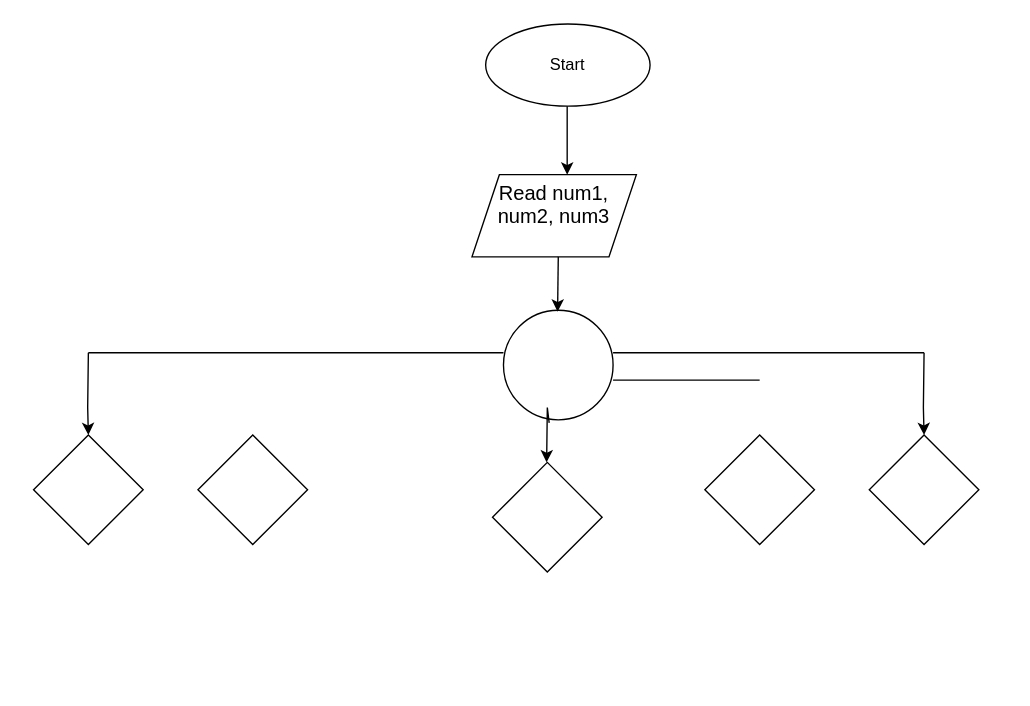
Earlier version of the draw.io diagram Untitled Diagram.drawio (KoolC2/alx-onboarding). Source tidied: cells renumbered, new cells numbered last; positions are measured from the earlier drawing's top-left corner, leaving out a move shared by most shapes. Both pictures are drawn from the tidied source at 137%, with x=0, y=0 at pixel (33, 23).
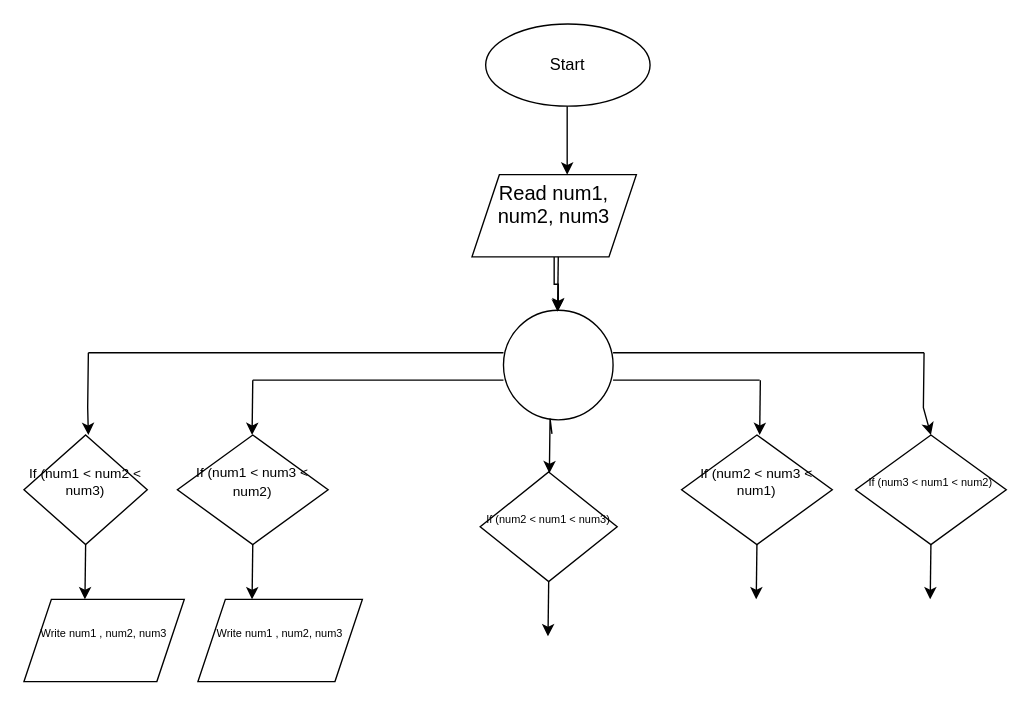
After the change.

Unchanged cells that the change refers to:
```xml
<mxCell id="4" style="ellipse;whiteSpace=wrap;html=1;" parent="1" vertex="1">
  <mxGeometry x="343" y="209" width="80" height="80" as="geometry" />
</mxCell>
<mxCell id="5" value="&#10;&lt;span style=&quot;font-size: 11pt; font-family: &amp;quot;arial&amp;quot;; color: rgb(0, 0, 0); background-color: transparent; font-weight: 400; font-style: normal; font-variant: normal; text-decoration: none; vertical-align: baseline;&quot; id=&quot;docs-internal-guid-d946a9c5-7fff-c26a-9376-d725d97a3d21&quot;&gt;Read num1, num2, num3&lt;/span&gt;&#10;&#10;" style="shape=parallelogram;perimeter=parallelogramPerimeter;whiteSpace=wrap;html=1;fixedSize=1;" parent="1" vertex="1">
  <mxGeometry x="320" y="110" width="120" height="60" as="geometry" />
</mxCell>
```

The edit, as a diff of the source:
```diff
@@
+    <mxCell id="18" style="edgeStyle=orthogonalEdgeStyle;rounded=0;jettySize=auto;html=1;fontSize=8;" parent="1" edge="1" source="5" target="4">
+      <mxGeometry relative="1" as="geometry" />
+    </mxCell>
@@
-    <mxCell id="7" style="rhombus;whiteSpace=wrap;html=1;" parent="1" vertex="1">
-      <mxGeometry y="300" width="80" height="80" as="geometry" />
+    <mxCell id="7" value="&#10;&lt;span style=&quot;font-size: 10px; font-family: &amp;quot;arial&amp;quot;; color: rgb(0, 0, 0); background-color: transparent; font-weight: 400; font-style: normal; font-variant: normal; text-decoration: none; vertical-align: baseline;&quot; id=&quot;docs-internal-guid-427ea8ff-7fff-f99e-330a-702887230bb6&quot;&gt;If (num1 &amp;lt; num2 &amp;lt; num3)&lt;/span&gt;&#10;&#10;" style="rhombus;whiteSpace=wrap;html=1;fontSize=10;align=center;labelPosition=center;verticalLabelPosition=middle;verticalAlign=middle;" parent="1" vertex="1">
+      <mxGeometry x="-7" y="300" width="90" height="80" as="geometry" />
     </mxCell>
-    <mxCell id="8" style="rhombus;whiteSpace=wrap;html=1;" parent="1" vertex="1">
-      <mxGeometry x="120" y="300" width="80" height="80" as="geometry" />
+    <mxCell id="8" value="&#10;&lt;p dir=&quot;ltr&quot; style=&quot;line-height: 1.38; margin-top: 0pt; margin-bottom: 0pt; font-size: 10px;&quot; id=&quot;docs-internal-guid-539513e3-7fff-56d0-1a80-1fb68d7d3877&quot;&gt;&lt;span style=&quot;font-size: 10px; font-family: &amp;quot;arial&amp;quot;; color: rgb(0, 0, 0); background-color: transparent; font-weight: 400; font-style: normal; font-variant: normal; text-decoration: none; vertical-align: baseline;&quot;&gt;If (num1 &amp;lt; num3 &amp;lt; num2)&lt;/span&gt;&lt;/p&gt;&#10;&#10;" style="rhombus;whiteSpace=wrap;html=1;fontSize=10;" parent="1" vertex="1">
+      <mxGeometry x="105" y="300" width="110" height="80" as="geometry" />
     </mxCell>
-    <mxCell id="9" style="rhombus;whiteSpace=wrap;html=1;" parent="1" vertex="1">
-      <mxGeometry x="335" y="320" width="80" height="80" as="geometry" />
+    <mxCell id="9" value="&#10;&lt;span style=&quot;font-size: 8px; font-family: &amp;quot;arial&amp;quot;; color: rgb(0, 0, 0); background-color: transparent; font-weight: 400; font-style: normal; font-variant: normal; text-decoration: none; vertical-align: baseline;&quot; id=&quot;docs-internal-guid-09454173-7fff-8e8d-ae4b-486d8ab04219&quot;&gt;If (num2 &amp;lt; num1 &amp;lt; num3)&lt;/span&gt;&#10;&#10;" style="rhombus;whiteSpace=wrap;html=1;fontSize=8;" parent="1" vertex="1">
+      <mxGeometry x="326" y="327" width="100" height="80" as="geometry" />
     </mxCell>
-    <mxCell id="10" style="rhombus;whiteSpace=wrap;html=1;" parent="1" vertex="1">
-      <mxGeometry x="490" y="300" width="80" height="80" as="geometry" />
+    <mxCell id="10" value="&#10;&lt;span style=&quot;font-size: 10px; font-family: &amp;quot;arial&amp;quot;; color: rgb(0, 0, 0); background-color: transparent; font-weight: 400; font-style: normal; font-variant: normal; text-decoration: none; vertical-align: baseline;&quot; id=&quot;docs-internal-guid-40f44d3e-7fff-feab-19c4-ea785816b680&quot;&gt;If (num2 &amp;lt; num3 &amp;lt; num1)&lt;/span&gt;&#10;&#10;" style="rhombus;whiteSpace=wrap;html=1;fontSize=10;" parent="1" vertex="1">
+      <mxGeometry x="473" y="300" width="110" height="80" as="geometry" />
     </mxCell>
-    <mxCell id="11" style="rhombus;whiteSpace=wrap;html=1;" parent="1" vertex="1">
-      <mxGeometry x="610" y="300" width="80" height="80" as="geometry" />
+    <mxCell id="11" value="&#10;&lt;p dir=&quot;ltr&quot; style=&quot;line-height: 1.38; margin-top: 0pt; margin-bottom: 0pt; font-size: 8px;&quot; id=&quot;docs-internal-guid-607b8d66-7fff-5b79-ea57-4089b3710c0b&quot;&gt;&lt;span style=&quot;font-size: 8px; font-family: &amp;quot;arial&amp;quot;; color: rgb(0, 0, 0); background-color: transparent; font-weight: 400; font-style: normal; font-variant: normal; text-decoration: none; vertical-align: baseline;&quot;&gt;If (num3 &amp;lt; num1 &amp;lt; num2)&lt;/span&gt;&lt;/p&gt;&#10;&#10;" style="rhombus;whiteSpace=wrap;html=1;fontSize=8;" parent="1" vertex="1">
+      <mxGeometry x="600" y="300" width="110" height="80" as="geometry" />
     </mxCell>
@@
-    <mxCell id="16" style="endArrow=classic;html=1;rounded=0;exitX=0.417;exitY=1.027;exitDx=0;exitDy=0;exitPerimeter=0;" parent="1" edge="1" source="4">
+    <mxCell id="16" style="endArrow=classic;html=1;rounded=0;exitX=0.417;exitY=1.027;exitDx=0;exitDy=0;exitPerimeter=0;" parent="1" edge="1">
       <mxGeometry relative="1" as="geometry">
-        <mxPoint x="375" y="320" as="targetPoint" />
+        <mxPoint x="378.4" y="299.2" as="sourcePoint" />
+        <mxPoint x="377" y="328" as="targetPoint" />
         <Array as="points">
-          <mxPoint x="375" y="280" />
-          <mxPoint x="374.5" y="320" />
+          <mxPoint x="377" y="288" />
+          <mxPoint x="376.5" y="328" />
         </Array>
       </mxGeometry>
     </mxCell>
@@
+    <mxCell id="19" style="endArrow=classic;html=1;rounded=0;" parent="1" edge="1">
+      <mxGeometry relative="1" as="geometry">
+        <mxPoint x="530.5" y="260" as="sourcePoint" />
+        <mxPoint x="530.5" y="300" as="targetPoint" />
+        <Array as="points">
+          <mxPoint x="530" y="300" />
+        </Array>
+      </mxGeometry>
+    </mxCell>
+    <mxCell id="20" style="endArrow=none;html=1;rounded=0;" parent="1" edge="1">
+      <mxGeometry relative="1" as="geometry">
+        <mxPoint x="160" y="260" as="sourcePoint" />
+        <mxPoint x="343" y="260" as="targetPoint" />
+      </mxGeometry>
+    </mxCell>
+    <mxCell id="21" style="endArrow=classic;html=1;rounded=0;" parent="1" edge="1">
+      <mxGeometry relative="1" as="geometry">
+        <mxPoint x="160" y="260" as="sourcePoint" />
+        <mxPoint x="160" y="300" as="targetPoint" />
+        <Array as="points">
+          <mxPoint x="159.5" y="300" />
+        </Array>
+      </mxGeometry>
+    </mxCell>
+    <mxCell id="22" style="endArrow=classic;html=1;rounded=0;" parent="1" edge="1">
+      <mxGeometry relative="1" as="geometry">
+        <mxPoint x="38" y="380" as="sourcePoint" />
+        <mxPoint x="38" y="420" as="targetPoint" />
+        <Array as="points">
+          <mxPoint x="37.5" y="420" />
+        </Array>
+      </mxGeometry>
+    </mxCell>
+    <mxCell id="23" style="endArrow=classic;html=1;rounded=0;" parent="1" edge="1">
+      <mxGeometry relative="1" as="geometry">
+        <mxPoint x="160" y="380" as="sourcePoint" />
+        <mxPoint x="160" y="420" as="targetPoint" />
+        <Array as="points">
+          <mxPoint x="159.5" y="420" />
+        </Array>
+      </mxGeometry>
+    </mxCell>
+    <mxCell id="24" style="endArrow=classic;html=1;rounded=0;" parent="1" edge="1">
+      <mxGeometry relative="1" as="geometry">
+        <mxPoint x="376" y="407" as="sourcePoint" />
+        <mxPoint x="376" y="447" as="targetPoint" />
+        <Array as="points">
+          <mxPoint x="375.5" y="447" />
+        </Array>
+      </mxGeometry>
+    </mxCell>
+    <mxCell id="25" style="endArrow=classic;html=1;rounded=0;" parent="1" edge="1">
+      <mxGeometry relative="1" as="geometry">
+        <mxPoint x="528" y="380" as="sourcePoint" />
+        <mxPoint x="528" y="420" as="targetPoint" />
+        <Array as="points">
+          <mxPoint x="527.5" y="420" />
+        </Array>
+      </mxGeometry>
+    </mxCell>
+    <mxCell id="26" style="endArrow=classic;html=1;rounded=0;" parent="1" edge="1">
+      <mxGeometry relative="1" as="geometry">
+        <mxPoint x="655" y="380" as="sourcePoint" />
+        <mxPoint x="655" y="420" as="targetPoint" />
+        <Array as="points">
+          <mxPoint x="654.5" y="420" />
+        </Array>
+      </mxGeometry>
+    </mxCell>
+    <mxCell id="27" value="&#10;&lt;p dir=&quot;ltr&quot; style=&quot;line-height: 1.38; margin-top: 0pt; margin-bottom: 0pt; font-size: 8px;&quot; id=&quot;docs-internal-guid-1024fd8f-7fff-35a2-ca0e-61c285d56845&quot;&gt;&lt;span style=&quot;font-size: 8px; font-family: &amp;quot;arial&amp;quot;; color: rgb(0, 0, 0); background-color: transparent; font-weight: 400; font-style: normal; font-variant: normal; text-decoration: none; vertical-align: baseline;&quot;&gt;Write num1 , num2, num3&lt;/span&gt;&lt;/p&gt;&#10;&#10;" style="shape=parallelogram;perimeter=parallelogramPerimeter;whiteSpace=wrap;html=1;fixedSize=1;fontSize=8;" parent="1" vertex="1">
+      <mxGeometry x="-7" y="420" width="117" height="60" as="geometry" />
+    </mxCell>
+    <mxCell id="28" value="&#10;&lt;p dir=&quot;ltr&quot; style=&quot;line-height: 1.38; margin-top: 0pt; margin-bottom: 0pt; font-size: 8px;&quot; id=&quot;docs-internal-guid-b3440dd7-7fff-1862-01f7-3c93585b4b80&quot;&gt;&lt;span style=&quot;font-size: 8px; font-family: &amp;quot;arial&amp;quot;; color: rgb(0, 0, 0); background-color: transparent; font-weight: 400; font-style: normal; font-variant: normal; text-decoration: none; vertical-align: baseline;&quot;&gt;Write num1 , num2, num3&lt;/span&gt;&lt;/p&gt;&#10;&#10;" style="shape=parallelogram;perimeter=parallelogramPerimeter;whiteSpace=wrap;html=1;fixedSize=1;fontSize=8;" parent="1" vertex="1">
+      <mxGeometry x="120" y="420" width="120" height="60" as="geometry" />
+    </mxCell>
```
